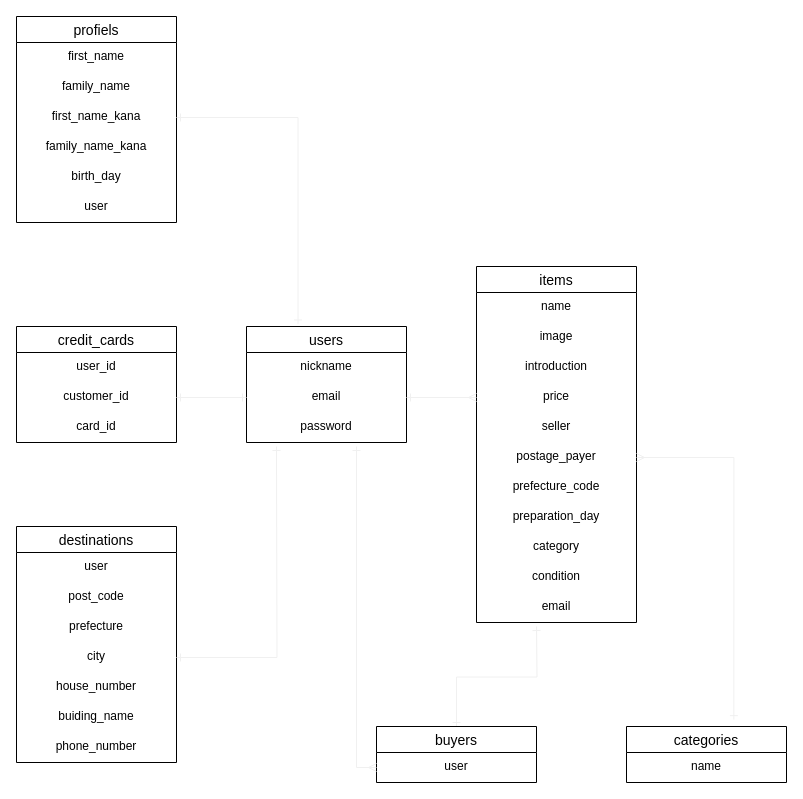
The draw.io diagram furima.dio in yryuz/furima-35205, before the edit. Source tidied: cells renumbered, new cells numbered last; positions are measured from the earlier drawing's top-left corner, leaving out a move shared by most shapes. Both pictures are drawn from the tidied source at 100%, with x=0, y=0 at pixel (16, 16).
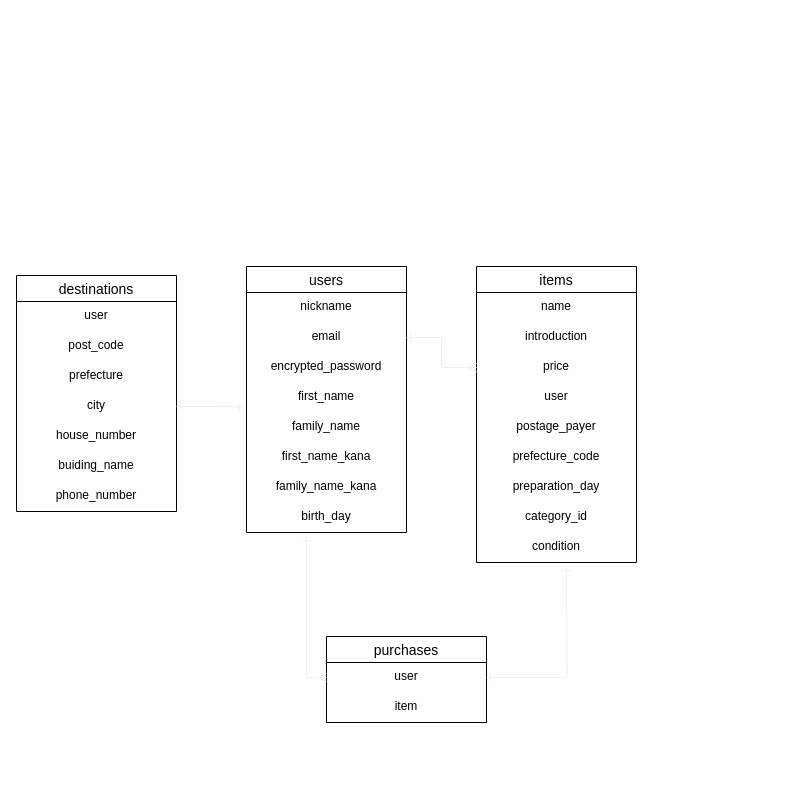
The same diagram, later.

Commit message (it also covers changes not shown here):
データベース設計の修正

Unchanged cells that the change refers to:
```xml
<mxCell id="4" value="email" style="text;strokeColor=none;fillColor=none;spacingLeft=4;spacingRight=4;overflow=hidden;points=[[0,0.5],[1,0.5]];portConstraint=eastwest;fontSize=12;align=center;" parent="2" vertex="1">
  <mxGeometry y="56" width="160" height="30" as="geometry" />
</mxCell>
<mxCell id="33" value="city" style="text;strokeColor=none;fillColor=none;spacingLeft=4;spacingRight=4;overflow=hidden;points=[[0,0.5],[1,0.5]];portConstraint=eastwest;fontSize=12;align=center;" parent="29" vertex="1">
  <mxGeometry y="116" width="160" height="30" as="geometry" />
</mxCell>
```

The edit, as a diff of the source:
```diff
@@
     <mxCell id="2" value="users" style="swimlane;fontStyle=0;horizontal=1;startSize=26;align=center;fontSize=14;" parent="1" vertex="1">
-      <mxGeometry x="230" y="310" width="160" height="116" as="geometry" />
+      <mxGeometry x="230" y="250" width="160" height="266" as="geometry" />
     </mxCell>
@@
-    <mxCell id="5" value="password" style="text;strokeColor=none;fillColor=none;spacingLeft=4;spacingRight=4;overflow=hidden;fontSize=12;align=center;" parent="2" vertex="1">
+    <mxCell id="5" value="encrypted_password" style="text;strokeColor=none;fillColor=none;spacingLeft=4;spacingRight=4;overflow=hidden;fontSize=12;align=center;" parent="2" vertex="1">
       <mxGeometry y="86" width="160" height="30" as="geometry" />
     </mxCell>
+    <mxCell id="48" value="first_name" style="text;strokeColor=none;fillColor=none;spacingLeft=4;spacingRight=4;overflow=hidden;fontSize=12;align=center;" parent="2" vertex="1">
+      <mxGeometry y="116" width="160" height="30" as="geometry" />
+    </mxCell>
+    <mxCell id="20" value="family_name" style="text;strokeColor=none;fillColor=none;spacingLeft=4;spacingRight=4;overflow=hidden;points=[[0,0.5],[1,0.5]];portConstraint=eastwest;fontSize=12;align=center;" parent="2" vertex="1">
+      <mxGeometry y="146" width="160" height="30" as="geometry" />
+    </mxCell>
+    <mxCell id="21" value="first_name_kana" style="text;strokeColor=none;fillColor=none;spacingLeft=4;spacingRight=4;overflow=hidden;points=[[0,0.5],[1,0.5]];portConstraint=eastwest;fontSize=12;align=center;" parent="2" vertex="1">
+      <mxGeometry y="176" width="160" height="30" as="geometry" />
+    </mxCell>
+    <mxCell id="22" value="family_name_kana" style="text;strokeColor=none;fillColor=none;spacingLeft=4;spacingRight=4;overflow=hidden;fontSize=12;align=center;" parent="2" vertex="1">
+      <mxGeometry y="206" width="160" height="30" as="geometry" />
+    </mxCell>
+    <mxCell id="19" value="birth_day" style="text;strokeColor=none;fillColor=none;spacingLeft=4;spacingRight=4;overflow=hidden;fontSize=12;align=center;" parent="2" vertex="1">
+      <mxGeometry y="236" width="160" height="30" as="geometry" />
+    </mxCell>
     <mxCell id="6" value="items" style="swimlane;fontStyle=0;horizontal=1;startSize=26;align=center;fontSize=14;" parent="1" vertex="1">
-      <mxGeometry x="460" y="250" width="160" height="356" as="geometry" />
+      <mxGeometry x="460" y="250" width="160" height="296" as="geometry" />
     </mxCell>
@@
-    <mxCell id="8" value="image" style="text;strokeColor=none;fillColor=none;spacingLeft=4;spacingRight=4;overflow=hidden;fontSize=12;align=center;" parent="6" vertex="1">
-      <mxGeometry y="56" width="160" height="30" as="geometry" />
-    </mxCell>
     <mxCell id="9" value="introduction" style="text;strokeColor=none;fillColor=none;spacingLeft=4;spacingRight=4;overflow=hidden;fontSize=12;align=center;" parent="6" vertex="1">
-      <mxGeometry y="86" width="160" height="30" as="geometry" />
+      <mxGeometry y="56" width="160" height="30" as="geometry" />
     </mxCell>
     <mxCell id="10" value="price" style="text;strokeColor=none;fillColor=none;spacingLeft=4;spacingRight=4;overflow=hidden;points=[[0,0.5],[1,0.5]];portConstraint=eastwest;fontSize=12;align=center;" parent="6" vertex="1">
-      <mxGeometry y="116" width="160" height="30" as="geometry" />
+      <mxGeometry y="86" width="160" height="30" as="geometry" />
     </mxCell>
-    <mxCell id="11" value="seller" style="text;strokeColor=none;fillColor=none;spacingLeft=4;spacingRight=4;overflow=hidden;fontSize=12;align=center;" parent="6" vertex="1">
-      <mxGeometry y="146" width="160" height="30" as="geometry" />
+    <mxCell id="11" value="user" style="text;strokeColor=none;fillColor=none;spacingLeft=4;spacingRight=4;overflow=hidden;fontSize=12;align=center;" parent="6" vertex="1">
+      <mxGeometry y="116" width="160" height="30" as="geometry" />
     </mxCell>
     <mxCell id="12" value="postage_payer" style="text;strokeColor=none;fillColor=none;spacingLeft=4;spacingRight=4;overflow=hidden;points=[[0,0.5],[1,0.5]];portConstraint=eastwest;fontSize=12;align=center;" parent="6" vertex="1">
-      <mxGeometry y="176" width="160" height="30" as="geometry" />
+      <mxGeometry y="146" width="160" height="30" as="geometry" />
     </mxCell>
     <mxCell id="13" value="prefecture_code" style="text;strokeColor=none;fillColor=none;spacingLeft=4;spacingRight=4;overflow=hidden;fontSize=12;align=center;" parent="6" vertex="1">
-      <mxGeometry y="206" width="160" height="30" as="geometry" />
+      <mxGeometry y="176" width="160" height="30" as="geometry" />
     </mxCell>
     <mxCell id="14" value="preparation_day" style="text;strokeColor=none;fillColor=none;spacingLeft=4;spacingRight=4;overflow=hidden;fontSize=12;align=center;" parent="6" vertex="1">
-      <mxGeometry y="236" width="160" height="30" as="geometry" />
+      <mxGeometry y="206" width="160" height="30" as="geometry" />
     </mxCell>
-    <mxCell id="15" value="category" style="text;strokeColor=none;fillColor=none;spacingLeft=4;spacingRight=4;overflow=hidden;fontSize=12;align=center;" parent="6" vertex="1">
-      <mxGeometry y="266" width="160" height="30" as="geometry" />
+    <mxCell id="15" value="category_id" style="text;strokeColor=none;fillColor=none;spacingLeft=4;spacingRight=4;overflow=hidden;fontSize=12;align=center;" parent="6" vertex="1">
+      <mxGeometry y="236" width="160" height="30" as="geometry" />
     </mxCell>
     <mxCell id="16" value="condition" style="text;strokeColor=none;fillColor=none;spacingLeft=4;spacingRight=4;overflow=hidden;fontSize=12;align=center;" parent="6" vertex="1">
-      <mxGeometry y="296" width="160" height="30" as="geometry" />
+      <mxGeometry y="266" width="160" height="30" as="geometry" />
     </mxCell>
-    <mxCell id="17" value="email" style="text;strokeColor=none;fillColor=none;spacingLeft=4;spacingRight=4;overflow=hidden;fontSize=12;align=center;" parent="6" vertex="1">
-      <mxGeometry y="326" width="160" height="30" as="geometry" />
-    </mxCell>
-    <mxCell id="18" value="profiels" style="swimlane;fontStyle=0;horizontal=1;startSize=26;align=center;fontSize=14;" parent="1" vertex="1">
-      <mxGeometry width="160" height="206" as="geometry" />
-    </mxCell>
-    <mxCell id="19" value="first_name" style="text;strokeColor=none;fillColor=none;spacingLeft=4;spacingRight=4;overflow=hidden;fontSize=12;align=center;" parent="18" vertex="1">
-      <mxGeometry y="26" width="160" height="30" as="geometry" />
-    </mxCell>
-    <mxCell id="20" value="family_name" style="text;strokeColor=none;fillColor=none;spacingLeft=4;spacingRight=4;overflow=hidden;points=[[0,0.5],[1,0.5]];portConstraint=eastwest;fontSize=12;align=center;" parent="18" vertex="1">
-      <mxGeometry y="56" width="160" height="30" as="geometry" />
-    </mxCell>
-    <mxCell id="21" value="first_name_kana" style="text;strokeColor=none;fillColor=none;spacingLeft=4;spacingRight=4;overflow=hidden;points=[[0,0.5],[1,0.5]];portConstraint=eastwest;fontSize=12;align=center;" parent="18" vertex="1">
-      <mxGeometry y="86" width="160" height="30" as="geometry" />
-    </mxCell>
-    <mxCell id="22" value="family_name_kana" style="text;strokeColor=none;fillColor=none;spacingLeft=4;spacingRight=4;overflow=hidden;fontSize=12;align=center;" parent="18" vertex="1">
-      <mxGeometry y="116" width="160" height="30" as="geometry" />
-    </mxCell>
-    <mxCell id="23" value="birth_day" style="text;strokeColor=none;fillColor=none;spacingLeft=4;spacingRight=4;overflow=hidden;fontSize=12;align=center;" parent="18" vertex="1">
-      <mxGeometry y="146" width="160" height="30" as="geometry" />
-    </mxCell>
-    <mxCell id="24" value="user" style="text;strokeColor=none;fillColor=none;spacingLeft=4;spacingRight=4;overflow=hidden;points=[[0,0.5],[1,0.5]];portConstraint=eastwest;fontSize=12;align=center;" parent="18" vertex="1">
-      <mxGeometry y="176" width="160" height="30" as="geometry" />
-    </mxCell>
-    <mxCell id="25" value="credit_cards" style="swimlane;fontStyle=0;horizontal=1;startSize=26;align=center;fontSize=14;" parent="1" vertex="1">
-      <mxGeometry y="310" width="160" height="116" as="geometry" />
-    </mxCell>
-    <mxCell id="26" value="user_id" style="text;strokeColor=none;fillColor=none;spacingLeft=4;spacingRight=4;overflow=hidden;fontSize=12;align=center;" parent="25" vertex="1">
-      <mxGeometry y="26" width="160" height="30" as="geometry" />
-    </mxCell>
-    <mxCell id="27" value="customer_id" style="text;strokeColor=none;fillColor=none;spacingLeft=4;spacingRight=4;overflow=hidden;points=[[0,0.5],[1,0.5]];portConstraint=eastwest;fontSize=12;align=center;" parent="25" vertex="1">
-      <mxGeometry y="56" width="160" height="30" as="geometry" />
-    </mxCell>
-    <mxCell id="28" value="card_id" style="text;strokeColor=none;fillColor=none;spacingLeft=4;spacingRight=4;overflow=hidden;fontSize=12;align=center;" parent="25" vertex="1">
-      <mxGeometry y="86" width="160" height="30" as="geometry" />
-    </mxCell>
     <mxCell id="29" value="destinations" style="swimlane;fontStyle=0;horizontal=1;startSize=26;align=center;fontSize=14;" parent="1" vertex="1">
-      <mxGeometry y="510" width="160" height="236" as="geometry" />
+      <mxGeometry y="259" width="160" height="236" as="geometry" />
     </mxCell>
@@
-    <mxCell id="37" value="categories" style="swimlane;fontStyle=0;horizontal=1;startSize=26;align=center;fontSize=14;" parent="1" vertex="1">
-      <mxGeometry x="610" y="710" width="160" height="56" as="geometry" />
-    </mxCell>
-    <mxCell id="38" value="name" style="text;strokeColor=none;fillColor=none;spacingLeft=4;spacingRight=4;overflow=hidden;fontSize=12;align=center;" parent="37" vertex="1">
-      <mxGeometry y="26" width="160" height="30" as="geometry" />
-    </mxCell>
-    <mxCell id="39" style="edgeStyle=orthogonalEdgeStyle;rounded=0;jettySize=auto;html=1;exitX=0.5;exitY=0;exitDx=0;exitDy=0;startArrow=ERone;startFill=0;endArrow=ERone;endFill=0;strokeColor=#f0f0f0;" parent="1" edge="1" source="40">
-      <mxGeometry relative="1" as="geometry">
-        <mxPoint x="520" y="610" as="targetPoint" />
-      </mxGeometry>
-    </mxCell>
-    <mxCell id="40" value="buyers" style="swimlane;fontStyle=0;horizontal=1;startSize=26;align=center;fontSize=14;" parent="1" vertex="1">
-      <mxGeometry x="360" y="710" width="160" height="56" as="geometry" />
+    <mxCell id="40" value="purchases" style="swimlane;fontStyle=0;horizontal=1;startSize=26;align=center;fontSize=14;" parent="1" vertex="1">
+      <mxGeometry x="310" y="620" width="160" height="86" as="geometry" />
     </mxCell>
+    <mxCell id="24" value="user" style="text;strokeColor=none;fillColor=none;spacingLeft=4;spacingRight=4;overflow=hidden;points=[[0,0.5],[1,0.5]];portConstraint=eastwest;fontSize=12;align=center;" parent="40" vertex="1">
+      <mxGeometry y="26" width="160" height="30" as="geometry" />
+    </mxCell>
-    <mxCell id="41" value="user" style="text;strokeColor=none;fillColor=none;spacingLeft=4;spacingRight=4;overflow=hidden;points=[[0,0.5],[1,0.5]];portConstraint=eastwest;fontSize=12;align=center;" parent="40" vertex="1">
-      <mxGeometry y="26" width="160" height="30" as="geometry" />
+    <mxCell id="41" value="item" style="text;strokeColor=none;fillColor=none;spacingLeft=4;spacingRight=4;overflow=hidden;points=[[0,0.5],[1,0.5]];portConstraint=eastwest;fontSize=12;align=center;" parent="40" vertex="1">
+      <mxGeometry y="56" width="160" height="30" as="geometry" />
     </mxCell>
@@
-    <mxCell id="43" style="edgeStyle=orthogonalEdgeStyle;rounded=0;jettySize=auto;html=1;exitX=1;exitY=0.5;exitDx=0;exitDy=0;entryX=0.322;entryY=-0.022;entryDx=0;entryDy=0;entryPerimeter=0;startArrow=ERone;startFill=0;endArrow=ERone;endFill=0;strokeColor=#f0f0f0;" parent="1" edge="1" source="21" target="2">
-      <mxGeometry relative="1" as="geometry" />
-    </mxCell>
-    <mxCell id="44" style="edgeStyle=orthogonalEdgeStyle;rounded=0;jettySize=auto;html=1;exitX=1;exitY=0.5;exitDx=0;exitDy=0;entryX=0;entryY=0.5;entryDx=0;entryDy=0;startArrow=ERone;startFill=0;endArrow=ERone;endFill=0;strokeColor=#f0f0f0;" parent="1" edge="1" source="27" target="4">
-      <mxGeometry relative="1" as="geometry" />
-    </mxCell>
-    <mxCell id="45" style="edgeStyle=orthogonalEdgeStyle;rounded=0;jettySize=auto;html=1;exitX=1;exitY=0.5;exitDx=0;exitDy=0;startArrow=ERone;startFill=0;endArrow=ERone;endFill=0;strokeColor=#f0f0f0;" parent="1" edge="1" source="33">
-      <mxGeometry relative="1" as="geometry">
-        <mxPoint x="260" y="430" as="targetPoint" />
-      </mxGeometry>
-    </mxCell>
-    <mxCell id="46" style="edgeStyle=orthogonalEdgeStyle;rounded=0;jettySize=auto;html=1;exitX=0;exitY=0.5;exitDx=0;exitDy=0;startArrow=ERmany;startFill=0;endArrow=ERone;endFill=0;strokeColor=#f0f0f0;" parent="1" edge="1" source="41">
-      <mxGeometry relative="1" as="geometry">
-        <mxPoint x="340" y="430" as="targetPoint" />
-      </mxGeometry>
-    </mxCell>
-    <mxCell id="47" style="edgeStyle=orthogonalEdgeStyle;rounded=0;jettySize=auto;html=1;exitX=1;exitY=0.5;exitDx=0;exitDy=0;entryX=0.671;entryY=-0.122;entryDx=0;entryDy=0;entryPerimeter=0;startArrow=ERmany;startFill=0;endArrow=ERone;endFill=0;strokeColor=#f0f0f0;" parent="1" edge="1" source="12" target="37">
-      <mxGeometry relative="1" as="geometry" />
-    </mxCell>
+    <mxCell id="49" style="edgeStyle=orthogonalEdgeStyle;rounded=0;jettySize=auto;html=1;exitX=1;exitY=0.5;exitDx=0;exitDy=0;entryX=-0.02;entryY=-0.186;entryDx=0;entryDy=0;entryPerimeter=0;startArrow=ERone;startFill=0;endArrow=ERone;endFill=0;strokeColor=#f0f0f0;" parent="1" edge="1" source="33" target="20">
+      <mxGeometry relative="1" as="geometry" />
+    </mxCell>
+    <mxCell id="50" style="edgeStyle=orthogonalEdgeStyle;rounded=0;jettySize=auto;html=1;exitX=1;exitY=0.5;exitDx=0;exitDy=0;startArrow=ERone;startFill=0;endArrow=ERone;endFill=0;strokeColor=#f0f0f0;" parent="1" edge="1" source="24">
+      <mxGeometry relative="1" as="geometry">
+        <mxPoint x="550" y="550" as="targetPoint" />
+      </mxGeometry>
+    </mxCell>
+    <mxCell id="51" style="edgeStyle=orthogonalEdgeStyle;rounded=0;jettySize=auto;html=1;exitX=0;exitY=0.5;exitDx=0;exitDy=0;startArrow=ERmany;startFill=0;endArrow=ERone;endFill=0;strokeColor=#f0f0f0;" parent="1" edge="1" source="24">
+      <mxGeometry relative="1" as="geometry">
+        <mxPoint x="290" y="520" as="targetPoint" />
+      </mxGeometry>
+    </mxCell>
```
